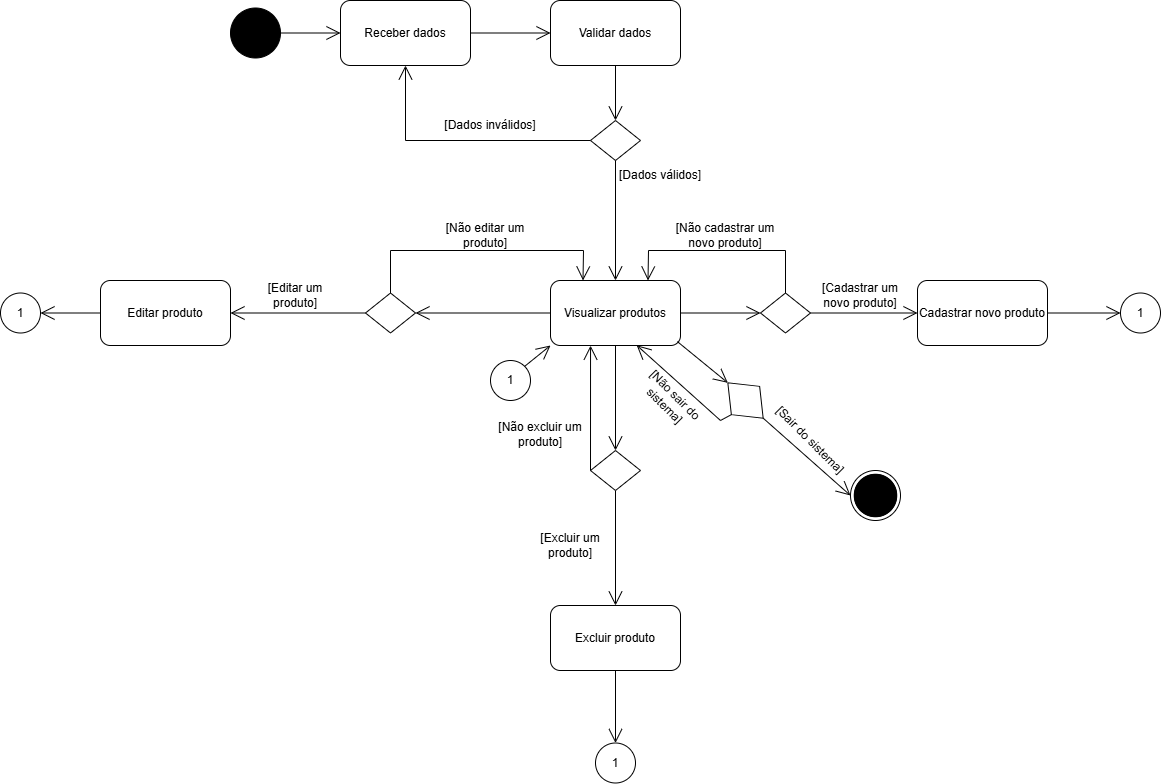
Before: APOO/diagrama_atividade/Diagrama_atividade_vendas.drawio.png, a diagram exported from draw.io (joao-marcos-azvd/Estudos-de-programacao). Source tidied: cells renumbered, new cells last; positions are measured from the earlier drawing's top-left corner, leaving out a move shared by most shapes. Its diagram source:
```xml
<mxGraphModel>
  <root>
    <mxCell id="0" />
    <mxCell id="1" parent="0" />
    <mxCell id="2" style="ellipse;shape=doubleEllipse;whiteSpace=wrap;html=1;" parent="1" vertex="1">
      <mxGeometry x="850" y="470" width="50" height="50" as="geometry" />
    </mxCell>
    <mxCell id="3" style="ellipse;shape=doubleEllipse;whiteSpace=wrap;html=1;fillColor=#000000;" parent="1" vertex="1">
      <mxGeometry x="230" y="7.5" width="50" height="50" as="geometry" />
    </mxCell>
    <mxCell id="4" style="ellipse;shape=doubleEllipse;whiteSpace=wrap;html=1;fillColor=#000000;" parent="1" vertex="1">
      <mxGeometry x="853.8" y="473.8" width="42.5" height="42.5" as="geometry" />
    </mxCell>
    <mxCell id="5" value="Receber dados" style="rounded=1;whiteSpace=wrap;html=1;" parent="1" vertex="1">
      <mxGeometry x="340" width="130" height="65" as="geometry" />
    </mxCell>
    <mxCell id="6" style="endArrow=open;endFill=1;endSize=12;html=1;rounded=0;exitX=1;exitY=0.5;exitDx=0;exitDy=0;entryX=0;entryY=0.5;entryDx=0;entryDy=0;" parent="1" edge="1" source="3" target="5">
      <mxGeometry relative="1" as="geometry" />
    </mxCell>
    <mxCell id="7" value="Validar dados" style="rounded=1;whiteSpace=wrap;html=1;" parent="1" vertex="1">
      <mxGeometry x="550" width="130" height="65" as="geometry" />
    </mxCell>
    <mxCell id="8" style="endArrow=open;endFill=1;endSize=12;html=1;rounded=0;exitX=1;exitY=0.5;exitDx=0;exitDy=0;entryX=0;entryY=0.5;entryDx=0;entryDy=0;" parent="1" edge="1" source="5" target="7">
      <mxGeometry relative="1" as="geometry" />
    </mxCell>
    <mxCell id="9" style="rhombus;whiteSpace=wrap;html=1;" parent="1" vertex="1">
      <mxGeometry x="590" y="120" width="50" height="40" as="geometry" />
    </mxCell>
    <mxCell id="10" style="endArrow=open;endFill=1;endSize=12;html=1;rounded=0;exitX=0.5;exitY=1;exitDx=0;exitDy=0;entryX=0.5;entryY=0;entryDx=0;entryDy=0;" parent="1" edge="1" source="7" target="9">
      <mxGeometry relative="1" as="geometry" />
    </mxCell>
    <mxCell id="11" style="endArrow=open;endFill=1;endSize=12;html=1;rounded=0;exitX=0;exitY=0.5;exitDx=0;exitDy=0;entryX=0.5;entryY=1;entryDx=0;entryDy=0;" parent="1" edge="1" source="9" target="5">
      <mxGeometry relative="1" as="geometry">
        <Array as="points">
          <mxPoint x="405" y="140" />
        </Array>
      </mxGeometry>
    </mxCell>
    <mxCell id="12" value="[Dados inválidos]" style="text;strokeColor=none;align=center;fillColor=none;html=1;verticalAlign=middle;whiteSpace=wrap;rounded=0;" parent="1" vertex="1">
      <mxGeometry x="430" y="110" width="120" height="30" as="geometry" />
    </mxCell>
    <mxCell id="13" style="endArrow=open;endFill=1;endSize=12;html=1;rounded=0;exitX=0.5;exitY=1;exitDx=0;exitDy=0;entryX=0.5;entryY=0;entryDx=0;entryDy=0;" parent="1" edge="1" source="9" target="15">
      <mxGeometry relative="1" as="geometry" />
    </mxCell>
    <mxCell id="14" value="[Dados válidos]" style="text;strokeColor=none;align=center;fillColor=none;html=1;verticalAlign=middle;whiteSpace=wrap;rounded=0;" parent="1" vertex="1">
      <mxGeometry x="600" y="160" width="120" height="30" as="geometry" />
    </mxCell>
    <mxCell id="15" value="Visualizar produtos" style="rounded=1;whiteSpace=wrap;html=1;" parent="1" vertex="1">
      <mxGeometry x="550" y="280" width="130" height="65" as="geometry" />
    </mxCell>
    <mxCell id="16" value="Cadastrar novo produto" style="rounded=1;whiteSpace=wrap;html=1;" parent="1" vertex="1">
      <mxGeometry x="917" y="280" width="130" height="65" as="geometry" />
    </mxCell>
    <mxCell id="17" style="endArrow=open;endFill=1;endSize=12;html=1;rounded=0;entryX=1;entryY=0.5;entryDx=0;entryDy=0;exitX=0;exitY=0.5;exitDx=0;exitDy=0;" parent="1" edge="1" source="22" target="18">
      <mxGeometry relative="1" as="geometry" />
    </mxCell>
    <mxCell id="18" value="Editar produto" style="rounded=1;whiteSpace=wrap;html=1;" parent="1" vertex="1">
      <mxGeometry x="100" y="280" width="130" height="65" as="geometry" />
    </mxCell>
    <mxCell id="19" value="Excluir produto" style="rounded=1;whiteSpace=wrap;html=1;" parent="1" vertex="1">
      <mxGeometry x="550" y="605" width="130" height="65" as="geometry" />
    </mxCell>
    <mxCell id="20" style="endArrow=open;endFill=1;endSize=12;html=1;rounded=0;exitX=0.5;exitY=1;exitDx=0;exitDy=0;entryX=0.5;entryY=0;entryDx=0;entryDy=0;" parent="1" edge="1" source="23" target="19">
      <mxGeometry relative="1" as="geometry" />
    </mxCell>
    <mxCell id="21" style="endArrow=open;endFill=1;endSize=12;html=1;rounded=0;entryX=0;entryY=0.5;entryDx=0;entryDy=0;exitX=1;exitY=0.5;exitDx=0;exitDy=0;" parent="1" edge="1" source="38" target="2">
      <mxGeometry relative="1" as="geometry" />
    </mxCell>
    <mxCell id="22" style="rhombus;whiteSpace=wrap;html=1;" parent="1" vertex="1">
      <mxGeometry x="365" y="292.5" width="50" height="40" as="geometry" />
    </mxCell>
    <mxCell id="23" style="rhombus;whiteSpace=wrap;html=1;" parent="1" vertex="1">
      <mxGeometry x="590" y="450" width="50" height="40" as="geometry" />
    </mxCell>
    <mxCell id="24" style="rhombus;whiteSpace=wrap;html=1;" parent="1" vertex="1">
      <mxGeometry x="760" y="292.5" width="50" height="40" as="geometry" />
    </mxCell>
    <mxCell id="25" style="endArrow=open;endFill=1;endSize=12;html=1;rounded=0;exitX=0;exitY=0.5;exitDx=0;exitDy=0;entryX=1;entryY=0.5;entryDx=0;entryDy=0;" parent="1" edge="1" source="15" target="22">
      <mxGeometry relative="1" as="geometry" />
    </mxCell>
    <mxCell id="26" value="[Editar um produto]" style="text;strokeColor=none;align=center;fillColor=none;html=1;verticalAlign=middle;whiteSpace=wrap;rounded=0;" parent="1" vertex="1">
      <mxGeometry x="245" y="280" width="100" height="30" as="geometry" />
    </mxCell>
    <mxCell id="27" style="endArrow=open;endFill=1;endSize=12;html=1;rounded=0;exitX=0.5;exitY=0;exitDx=0;exitDy=0;entryX=0.25;entryY=0;entryDx=0;entryDy=0;" parent="1" edge="1" source="22" target="15">
      <mxGeometry relative="1" as="geometry">
        <Array as="points">
          <mxPoint x="390" y="250" />
          <mxPoint x="583" y="250" />
        </Array>
      </mxGeometry>
    </mxCell>
    <mxCell id="28" value="[Não editar um produto]" style="text;strokeColor=none;align=center;fillColor=none;html=1;verticalAlign=middle;whiteSpace=wrap;rounded=0;" parent="1" vertex="1">
      <mxGeometry x="435" y="220" width="100" height="30" as="geometry" />
    </mxCell>
    <mxCell id="29" style="endArrow=open;endFill=1;endSize=12;html=1;rounded=0;exitX=0.5;exitY=1;exitDx=0;exitDy=0;entryX=0.5;entryY=0;entryDx=0;entryDy=0;" parent="1" edge="1" source="15" target="23">
      <mxGeometry relative="1" as="geometry" />
    </mxCell>
    <mxCell id="30" style="endArrow=open;endFill=1;endSize=12;html=1;rounded=0;exitX=0;exitY=0.5;exitDx=0;exitDy=0;entryX=0.308;entryY=1.002;entryDx=0;entryDy=0;entryPerimeter=0;" parent="1" edge="1" source="23" target="15">
      <mxGeometry relative="1" as="geometry" />
    </mxCell>
    <mxCell id="31" value="[Excluir um produto]" style="text;strokeColor=none;align=center;fillColor=none;html=1;verticalAlign=middle;whiteSpace=wrap;rounded=0;" parent="1" vertex="1">
      <mxGeometry x="520" y="530" width="100" height="30" as="geometry" />
    </mxCell>
    <mxCell id="32" value="[Não excluir um produto]" style="text;strokeColor=none;align=center;fillColor=none;html=1;verticalAlign=middle;whiteSpace=wrap;rounded=0;" parent="1" vertex="1">
      <mxGeometry x="490" y="418.8" width="100" height="30" as="geometry" />
    </mxCell>
    <mxCell id="33" style="endArrow=open;endFill=1;endSize=12;html=1;rounded=0;exitX=1;exitY=0.5;exitDx=0;exitDy=0;entryX=0;entryY=0.5;entryDx=0;entryDy=0;" parent="1" edge="1" source="15" target="24">
      <mxGeometry relative="1" as="geometry" />
    </mxCell>
    <mxCell id="34" style="endArrow=open;endFill=1;endSize=12;html=1;rounded=0;exitX=1;exitY=0.5;exitDx=0;exitDy=0;entryX=0;entryY=0.5;entryDx=0;entryDy=0;" parent="1" edge="1" source="24" target="16">
      <mxGeometry relative="1" as="geometry" />
    </mxCell>
    <mxCell id="35" style="endArrow=open;endFill=1;endSize=12;html=1;rounded=0;exitX=0.5;exitY=0;exitDx=0;exitDy=0;entryX=0.75;entryY=0;entryDx=0;entryDy=0;" parent="1" edge="1" source="24" target="15">
      <mxGeometry relative="1" as="geometry">
        <Array as="points">
          <mxPoint x="785" y="250" />
          <mxPoint x="648" y="250" />
        </Array>
      </mxGeometry>
    </mxCell>
    <mxCell id="36" value="[Cadastrar um novo produto]" style="text;strokeColor=none;align=center;fillColor=none;html=1;verticalAlign=middle;whiteSpace=wrap;rounded=0;" parent="1" vertex="1">
      <mxGeometry x="810" y="280" width="100" height="30" as="geometry" />
    </mxCell>
    <mxCell id="37" value="[Não cadastrar um novo produto]" style="text;strokeColor=none;align=center;fillColor=none;html=1;verticalAlign=middle;whiteSpace=wrap;rounded=0;" parent="1" vertex="1">
      <mxGeometry x="660" y="220" width="130" height="30" as="geometry" />
    </mxCell>
    <mxCell id="38" style="rhombus;whiteSpace=wrap;html=1;rotation=45;" parent="1" vertex="1">
      <mxGeometry x="720" y="380" width="50" height="40" as="geometry" />
    </mxCell>
    <mxCell id="39" style="endArrow=open;endFill=1;endSize=12;html=1;rounded=0;exitX=0.976;exitY=0.94;exitDx=0;exitDy=0;entryX=0;entryY=0.5;entryDx=0;entryDy=0;exitPerimeter=0;" parent="1" edge="1" source="15" target="38">
      <mxGeometry relative="1" as="geometry" />
    </mxCell>
    <mxCell id="40" value="[Sair do sistema]" style="text;strokeColor=none;align=center;fillColor=none;html=1;verticalAlign=middle;whiteSpace=wrap;rounded=0;rotation=45;" parent="1" vertex="1">
      <mxGeometry x="760" y="425" width="100" height="30" as="geometry" />
    </mxCell>
    <mxCell id="41" style="endArrow=open;endFill=1;endSize=12;html=1;rounded=0;exitX=0.5;exitY=1;exitDx=0;exitDy=0;entryX=0.663;entryY=0.996;entryDx=0;entryDy=0;entryPerimeter=0;" parent="1" edge="1" source="38" target="15">
      <mxGeometry relative="1" as="geometry">
        <Array as="points">
          <mxPoint x="720" y="420" />
        </Array>
      </mxGeometry>
    </mxCell>
    <mxCell id="42" value="[Não sair do sistema]" style="text;strokeColor=none;align=center;fillColor=none;html=1;verticalAlign=middle;whiteSpace=wrap;rounded=0;rotation=45;" parent="1" vertex="1">
      <mxGeometry x="620" y="385" width="100" height="30" as="geometry" />
    </mxCell>
    <mxCell id="43" value="1" style="ellipse;whiteSpace=wrap;html=1;" parent="1" vertex="1">
      <mxGeometry x="490" y="360" width="40" height="40" as="geometry" />
    </mxCell>
    <mxCell id="44" style="endArrow=open;endFill=1;endSize=12;html=1;rounded=0;exitX=1;exitY=0;exitDx=0;exitDy=0;entryX=0;entryY=1;entryDx=0;entryDy=0;" parent="1" edge="1" source="43" target="15">
      <mxGeometry relative="1" as="geometry" />
    </mxCell>
    <mxCell id="45" value="1" style="ellipse;whiteSpace=wrap;html=1;" parent="1" vertex="1">
      <mxGeometry x="1120" y="292.5" width="40" height="40" as="geometry" />
    </mxCell>
    <mxCell id="46" value="1" style="ellipse;whiteSpace=wrap;html=1;" parent="1" vertex="1">
      <mxGeometry x="595" y="742.5" width="40" height="40" as="geometry" />
    </mxCell>
    <mxCell id="47" value="1" style="ellipse;whiteSpace=wrap;html=1;" parent="1" vertex="1">
      <mxGeometry y="292.5" width="40" height="40" as="geometry" />
    </mxCell>
    <mxCell id="48" style="endArrow=open;endFill=1;endSize=12;html=1;rounded=0;exitX=0;exitY=0.5;exitDx=0;exitDy=0;entryX=1;entryY=0.5;entryDx=0;entryDy=0;" parent="1" edge="1" source="18" target="47">
      <mxGeometry relative="1" as="geometry" />
    </mxCell>
    <mxCell id="49" style="endArrow=open;endFill=1;endSize=12;html=1;rounded=0;exitX=0.5;exitY=1;exitDx=0;exitDy=0;entryX=0.5;entryY=0;entryDx=0;entryDy=0;" parent="1" edge="1" source="19" target="46">
      <mxGeometry relative="1" as="geometry" />
    </mxCell>
    <mxCell id="50" style="endArrow=open;endFill=1;endSize=12;html=1;rounded=0;exitX=1;exitY=0.5;exitDx=0;exitDy=0;entryX=0;entryY=0.5;entryDx=0;entryDy=0;" parent="1" edge="1" source="16" target="45">
      <mxGeometry relative="1" as="geometry" />
    </mxCell>
  </root>
</mxGraphModel>
```
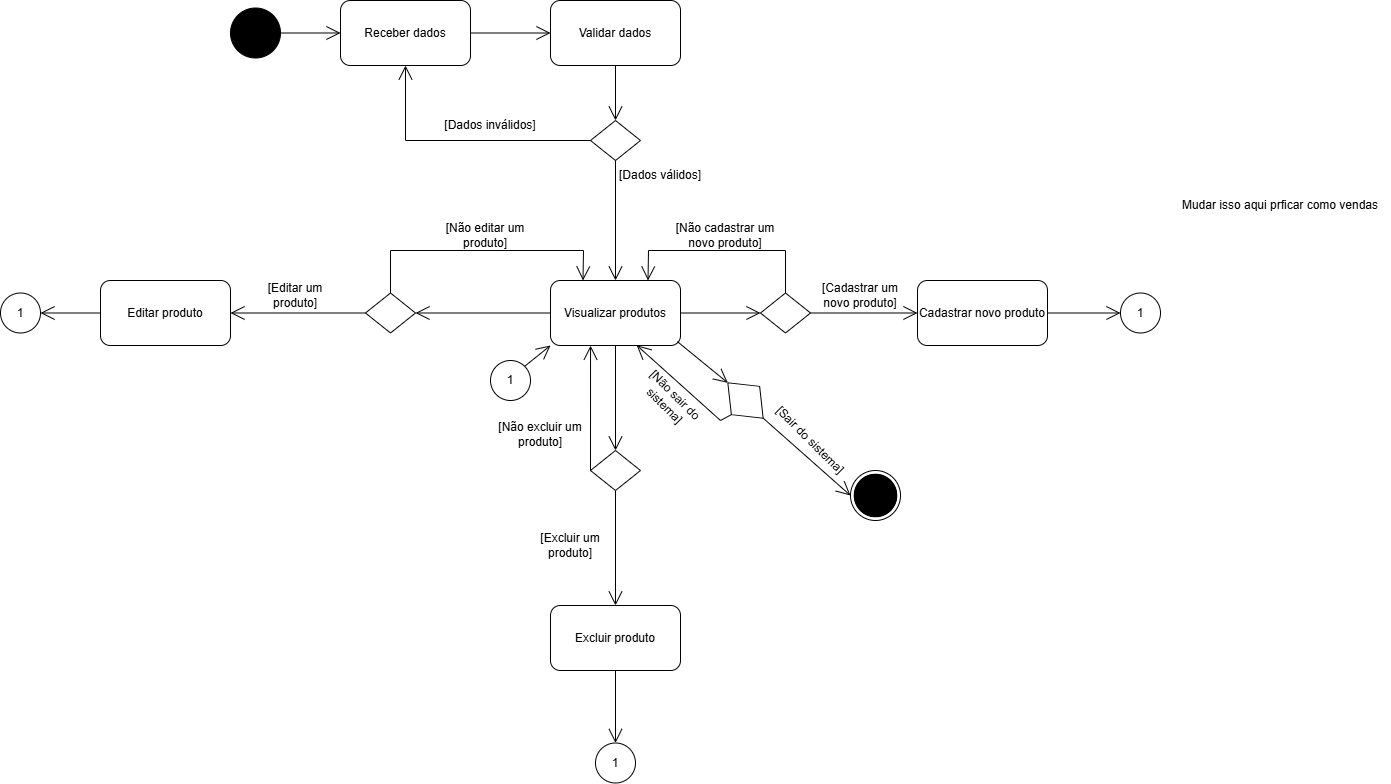
After the change.

Change to the diagram source:
```diff
@@ -167,5 +167,8 @@
     <mxCell id="50" style="endArrow=open;endFill=1;endSize=12;html=1;rounded=0;exitX=1;exitY=0.5;exitDx=0;exitDy=0;entryX=0;entryY=0.5;entryDx=0;entryDy=0;" parent="1" edge="1" source="16" target="45">
       <mxGeometry relative="1" as="geometry" />
     </mxCell>
+    <mxCell id="51" value="Mudar isso aqui prficar como vendas" style="text;strokeColor=none;align=center;fillColor=none;html=1;verticalAlign=middle;whiteSpace=wrap;rounded=0;" parent="1" vertex="1">
+      <mxGeometry x="1170" y="190" width="220" height="30" as="geometry" />
+    </mxCell>
   </root>
 </mxGraphModel>
```
